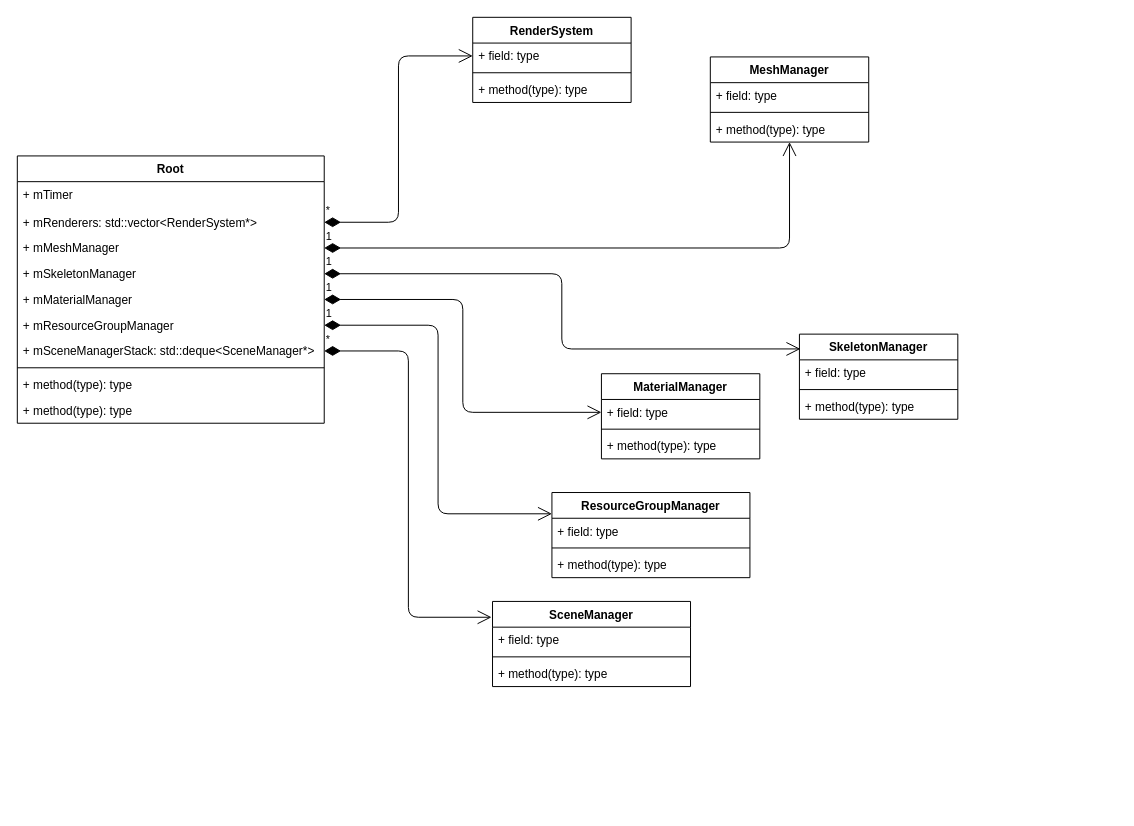
Before: 未命名绘图.drawio in CatOnly/Blog, a draw.io diagram. Source tidied: cells renumbered, new cells numbered last; positions are measured from the earlier drawing's top-left corner, leaving out a move shared by most shapes. Both pictures are drawn from the tidied source at 99%, with x=0, y=0 at pixel (17, 17).
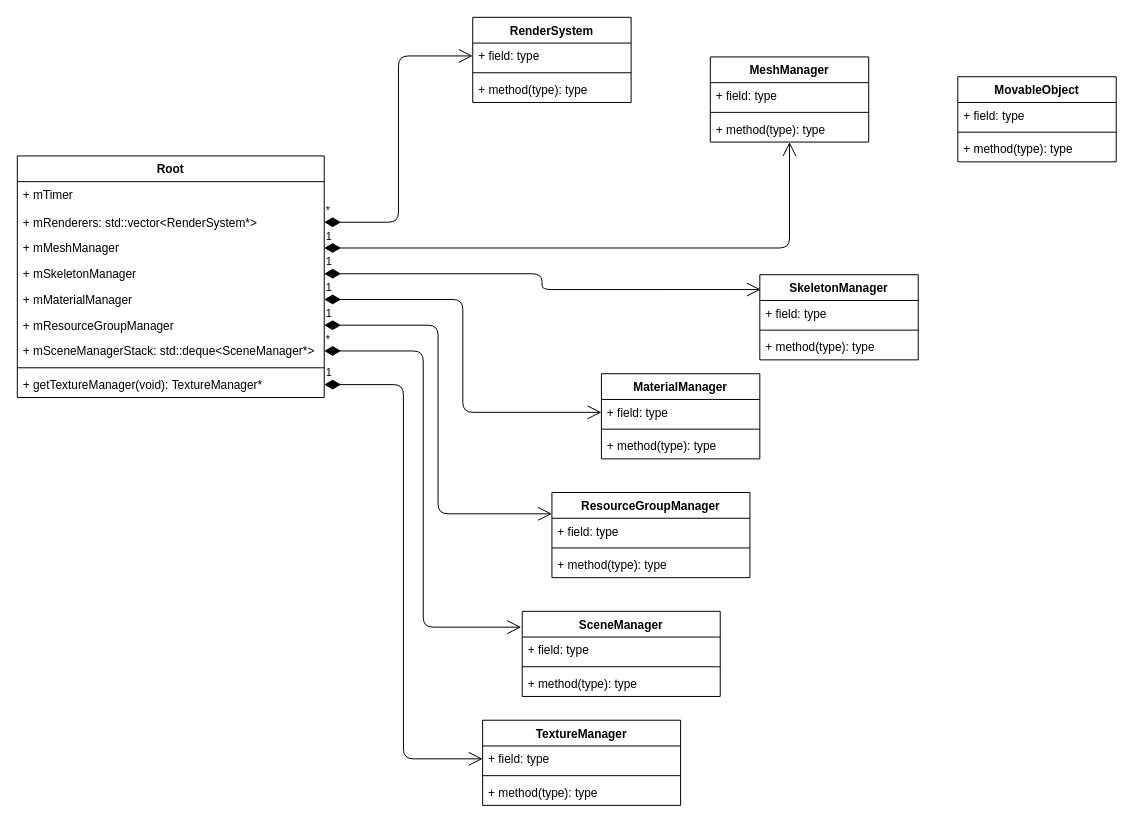
The same diagram, later.

Diff of the diagram source:
```diff
@@
     <mxCell id="2" value="Root" style="swimlane;fontStyle=1;align=center;verticalAlign=top;horizontal=1;startSize=26;" parent="1" vertex="1">
-      <mxGeometry y="140" width="310" height="270" as="geometry" />
+      <mxGeometry y="140" width="310" height="244" as="geometry" />
     </mxCell>
@@
-    <mxCell id="11" value="+ method(type): type" style="text;strokeColor=none;fillColor=none;align=left;verticalAlign=top;spacingLeft=4;spacingRight=4;overflow=hidden;points=[[0,0.5],[1,0.5]];portConstraint=eastwest;" parent="2" vertex="1">
+    <mxCell id="11" value="+ getTextureManager(void): TextureManager*" style="text;strokeColor=none;fillColor=none;align=left;verticalAlign=top;spacingLeft=4;spacingRight=4;overflow=hidden;points=[[0,0.5],[1,0.5]];portConstraint=eastwest;" parent="2" vertex="1">
       <mxGeometry y="218" width="310" height="26" as="geometry" />
     </mxCell>
-    <mxCell id="12" value="+ method(type): type" style="text;strokeColor=none;fillColor=none;align=left;verticalAlign=top;spacingLeft=4;spacingRight=4;overflow=hidden;" parent="2" vertex="1">
-      <mxGeometry y="244" width="310" height="26" as="geometry" />
-    </mxCell>
@@
     <mxCell id="28" value="SkeletonManager" style="swimlane;fontStyle=1;align=center;verticalAlign=top;horizontal=1;startSize=26;" parent="1" vertex="1">
-      <mxGeometry x="790" y="320" width="160" height="86" as="geometry" />
+      <mxGeometry x="750" y="260" width="160" height="86" as="geometry" />
     </mxCell>
@@
     <mxCell id="38" value="SceneManager" style="swimlane;fontStyle=1;align=center;verticalAlign=top;horizontal=1;startSize=26;" parent="1" vertex="1">
-      <mxGeometry x="480" y="590" width="200" height="86" as="geometry" />
+      <mxGeometry x="510" y="600" width="200" height="86" as="geometry" />
     </mxCell>
@@
+    <mxCell id="43" value="MovableObject" style="swimlane;fontStyle=1;align=center;verticalAlign=top;horizontal=1;startSize=26;fillColor=#ffffff;" parent="1" vertex="1">
+      <mxGeometry x="950" y="60" width="160" height="86" as="geometry" />
+    </mxCell>
+    <mxCell id="44" value="+ field: type" style="text;strokeColor=none;fillColor=none;align=left;verticalAlign=top;spacingLeft=4;spacingRight=4;overflow=hidden;" parent="43" vertex="1">
+      <mxGeometry y="26" width="160" height="26" as="geometry" />
+    </mxCell>
+    <mxCell id="45" style="line;strokeWidth=1;fillColor=none;align=left;verticalAlign=middle;spacingTop=-1;spacingLeft=3;spacingRight=3;labelPosition=right;" parent="43" vertex="1">
+      <mxGeometry y="52" width="160" height="8" as="geometry" />
+    </mxCell>
+    <mxCell id="46" value="+ method(type): type" style="text;strokeColor=none;fillColor=none;align=left;verticalAlign=top;spacingLeft=4;spacingRight=4;overflow=hidden;" parent="43" vertex="1">
+      <mxGeometry y="60" width="160" height="26" as="geometry" />
+    </mxCell>
+    <mxCell id="47" value="TextureManager" style="swimlane;fontStyle=1;align=center;verticalAlign=top;horizontal=1;startSize=26;" parent="1" vertex="1">
+      <mxGeometry x="470" y="710" width="200" height="86" as="geometry" />
+    </mxCell>
+    <mxCell id="48" value="+ field: type" style="text;strokeColor=none;fillColor=none;align=left;verticalAlign=top;spacingLeft=4;spacingRight=4;overflow=hidden;points=[[0,0.5],[1,0.5]];portConstraint=eastwest;" parent="47" vertex="1">
+      <mxGeometry y="26" width="200" height="26" as="geometry" />
+    </mxCell>
+    <mxCell id="49" style="line;strokeWidth=1;fillColor=none;align=left;verticalAlign=middle;spacingTop=-1;spacingLeft=3;spacingRight=3;labelPosition=right;" parent="47" vertex="1">
+      <mxGeometry y="52" width="200" height="8" as="geometry" />
+    </mxCell>
+    <mxCell id="50" value="+ method(type): type" style="text;strokeColor=none;fillColor=none;align=left;verticalAlign=top;spacingLeft=4;spacingRight=4;overflow=hidden;" parent="47" vertex="1">
+      <mxGeometry y="60" width="200" height="26" as="geometry" />
+    </mxCell>
+    <mxCell id="51" value="1" style="endArrow=open;html=1;endSize=12;startArrow=diamondThin;startSize=14;startFill=1;edgeStyle=orthogonalEdgeStyle;align=left;verticalAlign=bottom;entryX=0;entryY=0.5;entryDx=0;entryDy=0;exitX=1;exitY=0.5;exitDx=0;exitDy=0;" parent="1" edge="1" source="11" target="48">
+      <mxGeometry x="-1" y="3" relative="1" as="geometry" />
+    </mxCell>
```
